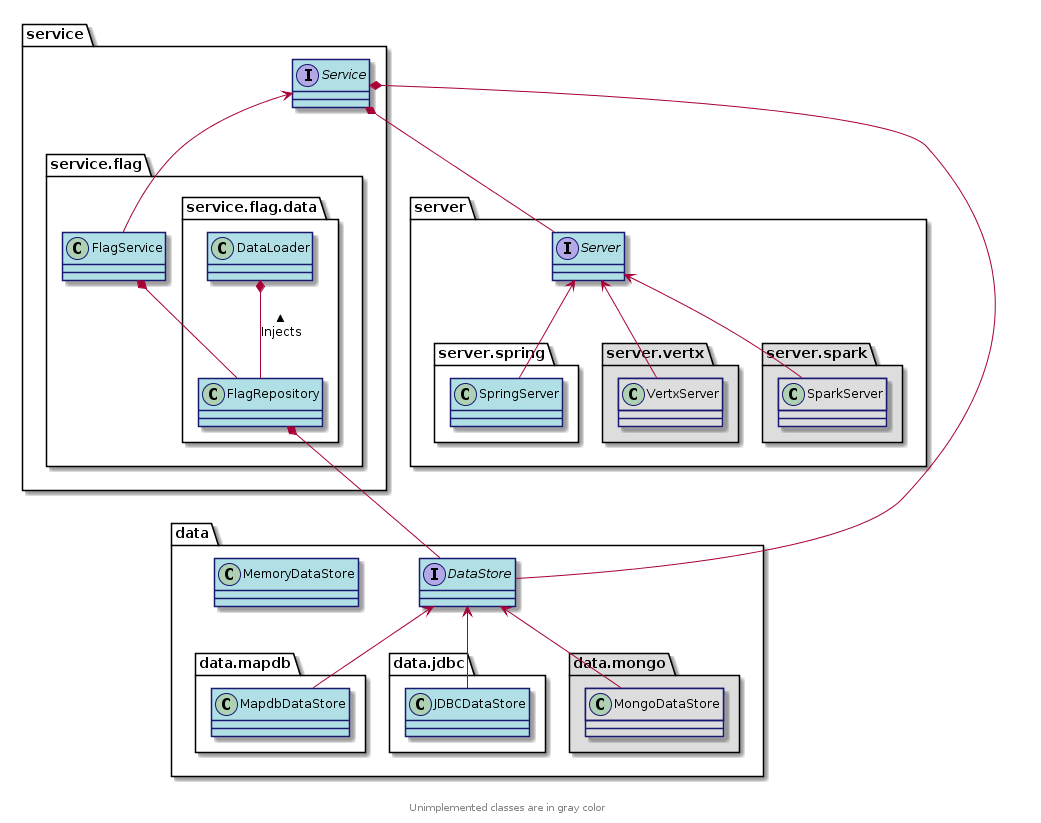
hackorama/flagdesign keeps this PlantUML diagram as flags.png. Above is the earlier version.
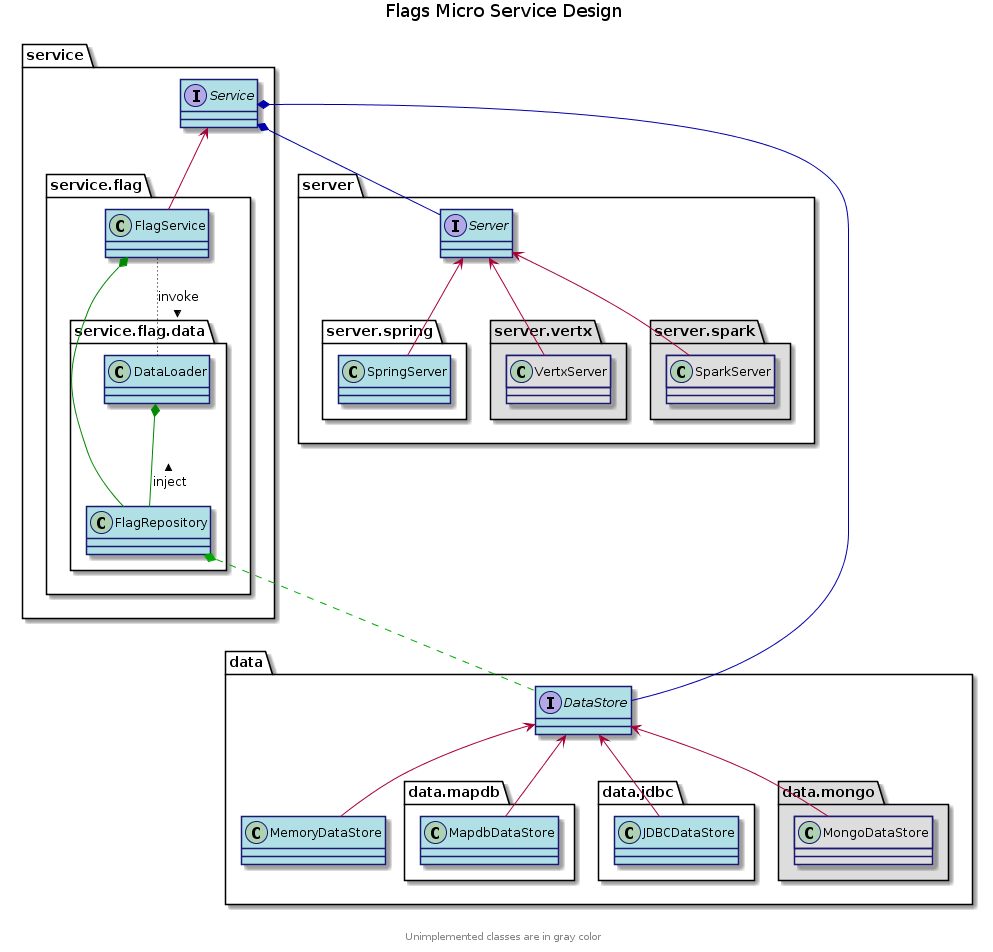
After the change.

Commit message:
Adding colors for better link clarity

Change to the diagram source:
```diff
@@ -1,8 +1,11 @@
 @startuml
 
-skinparam class {
-  backgroundColor PowderBlue
-  borderColor MidnightBlue
+skinparam {
+  InterfaceBackgroundColor #FF0000
+  InterfaceBorderColor #00FF00
+
+  ClassBackgroundColor powderBlue
+  ClassBorderColor midnightBlue
 }
 
 package service {
@@ -57,17 +60,23 @@
 Server <-- VertxServer
 Server <-- SparkServer
 
+DataStore <-- MemoryDataStore
+DataStore <-- MapdbDataStore
 DataStore <-- JDBCDataStore
-DataStore <-- MapdbDataStore
 DataStore <-- MongoDataStore
 
 
-FlagRepository *-- DataStore
-DataLoader *-- FlagRepository : Injects <
-FlagService *-- FlagRepository
+FlagService *-[#008800]- FlagRepository
+FlagService -[#000000,dotted]- DataLoader : invoke >
+DataLoader *-[#008800]- FlagRepository : inject <
+FlagRepository *-[dashed,#00AA00]- DataStore
 
-Service *-- Server
-Service *-- DataStore
+Service *-[#0000AA]- Server
+Service *-[#0000AA]- DataStore
+
+title
+  Flags Micro Service Design
+end title
 
 footer
   Unimplemented classes are in <color:gray>gray</color> color
```
